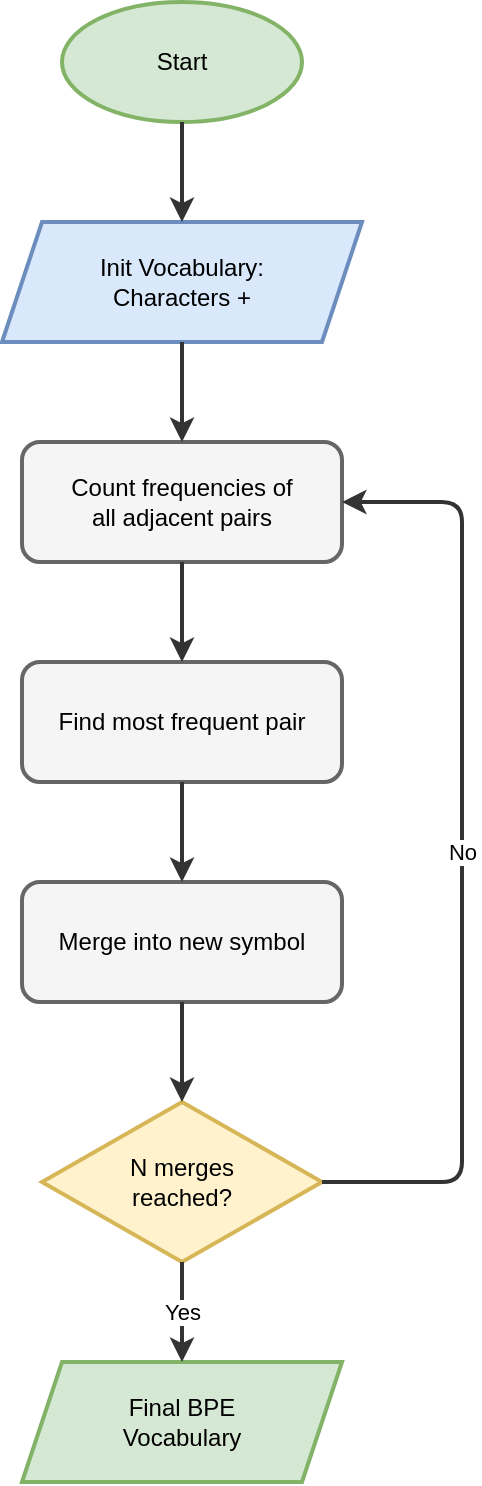
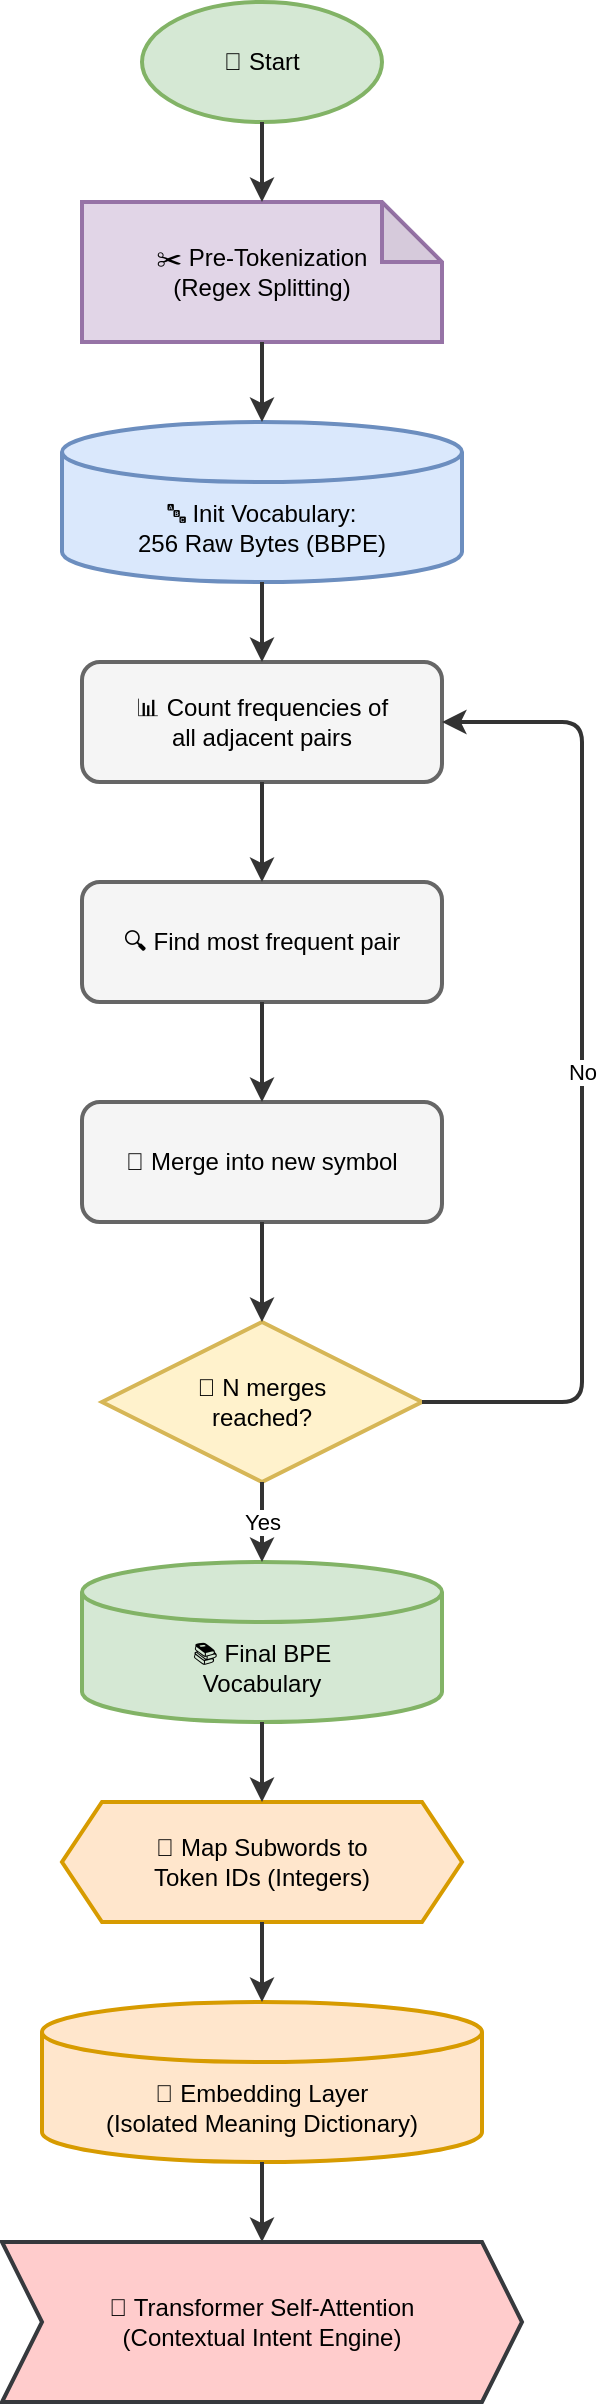
<mxfile host="65bd71144e">
    <diagram name="Page-1" id="0">
-         <mxGraphModel dx="705" dy="878" grid="0" gridSize="10" guides="1" tooltips="1" connect="1" arrows="1" fold="1" page="1" pageScale="1" pageWidth="850" pageHeight="1100" background="#ffffff" math="0" shadow="0">
+         <mxGraphModel dx="800" dy="1200" grid="0" gridSize="10" guides="1" tooltips="1" connect="1" arrows="1" fold="1" page="1" pageScale="1" pageWidth="850" pageHeight="1400" background="#ffffff" math="0" shadow="0">
            <root>
                <mxCell id="0"/>
                <mxCell id="1" parent="0"/>
-                 <mxCell id="2" value="Start" style="ellipse;whiteSpace=wrap;html=1;fillColor=#d5e8d4;strokeColor=#82b366;fontColor=#000000;strokeWidth=2;" parent="1" vertex="1">
+                 <!-- Vertices -->
+                 <mxCell id="2" value="🚀 Start" style="ellipse;whiteSpace=wrap;html=1;fillColor=#d5e8d4;strokeColor=#82b366;fontColor=#000000;strokeWidth=2;" parent="1" vertex="1">
                    <mxGeometry x="300" y="50" width="120" height="60" as="geometry"/>
                </mxCell>
-                 <mxCell id="3" value="Init Vocabulary:&#10;Characters + &lt;/w&gt;" style="shape=parallelogram;perimeter=parallelogramPerimeter;whiteSpace=wrap;html=1;fixedSize=1;fillColor=#dae8fc;strokeColor=#6c8ebf;fontColor=#000000;strokeWidth=2;" parent="1" vertex="1">
-                     <mxGeometry x="270" y="160" width="180" height="60" as="geometry"/>
+                 <mxCell id="v_pre" value="✂️ Pre-Tokenization&#10;(Regex Splitting)" style="shape=note;whiteSpace=wrap;html=1;backgroundOutline=1;darkOpacity=0.05;fillColor=#e1d5e7;strokeColor=#9673a6;fontColor=#000000;strokeWidth=2;" parent="1" vertex="1">
+                     <mxGeometry x="270" y="150" width="180" height="70" as="geometry"/>
                </mxCell>
-                 <mxCell id="4" value="Count frequencies of&#10;all adjacent pairs" style="rounded=1;whiteSpace=wrap;html=1;fillColor=#f5f5f5;strokeColor=#666666;fontColor=#000000;strokeWidth=2;" parent="1" vertex="1">
-                     <mxGeometry x="280" y="270" width="160" height="60" as="geometry"/>
+                 <mxCell id="3" value="🔤 Init Vocabulary:&#10;256 Raw Bytes (BBPE)" style="shape=cylinder3;whiteSpace=wrap;html=1;boundedLbl=1;backgroundOutline=1;size=15;fillColor=#dae8fc;strokeColor=#6c8ebf;fontColor=#000000;strokeWidth=2;" parent="1" vertex="1">
+                     <mxGeometry x="260" y="260" width="200" height="80" as="geometry"/>
                </mxCell>
-                 <mxCell id="5" value="Find most frequent pair" style="rounded=1;whiteSpace=wrap;html=1;fillColor=#f5f5f5;strokeColor=#666666;fontColor=#000000;strokeWidth=2;" parent="1" vertex="1">
-                     <mxGeometry x="280" y="380" width="160" height="60" as="geometry"/>
+                 <mxCell id="4" value="📊 Count frequencies of&#10;all adjacent pairs" style="rounded=1;whiteSpace=wrap;html=1;fillColor=#f5f5f5;strokeColor=#666666;fontColor=#000000;strokeWidth=2;" parent="1" vertex="1">
+                     <mxGeometry x="270" y="380" width="180" height="60" as="geometry"/>
                </mxCell>
-                 <mxCell id="6" value="Merge into new symbol" style="rounded=1;whiteSpace=wrap;html=1;fillColor=#f5f5f5;strokeColor=#666666;fontColor=#000000;strokeWidth=2;" parent="1" vertex="1">
-                     <mxGeometry x="280" y="490" width="160" height="60" as="geometry"/>
+                 <mxCell id="5" value="🔍 Find most frequent pair" style="rounded=1;whiteSpace=wrap;html=1;fillColor=#f5f5f5;strokeColor=#666666;fontColor=#000000;strokeWidth=2;" parent="1" vertex="1">
+                     <mxGeometry x="270" y="490" width="180" height="60" as="geometry"/>
                </mxCell>
-                 <mxCell id="7" value="N merges&#10;reached?" style="rhombus;whiteSpace=wrap;html=1;fillColor=#fff2cc;strokeColor=#d6b656;fontColor=#000000;strokeWidth=2;" parent="1" vertex="1">
-                     <mxGeometry x="290" y="600" width="140" height="80" as="geometry"/>
+                 <mxCell id="6" value="🔗 Merge into new symbol" style="rounded=1;whiteSpace=wrap;html=1;fillColor=#f5f5f5;strokeColor=#666666;fontColor=#000000;strokeWidth=2;" parent="1" vertex="1">
+                     <mxGeometry x="270" y="600" width="180" height="60" as="geometry"/>
                </mxCell>
-                 <mxCell id="8" value="Final BPE&#10;Vocabulary" style="shape=parallelogram;perimeter=parallelogramPerimeter;whiteSpace=wrap;html=1;fixedSize=1;fillColor=#d5e8d4;strokeColor=#82b366;fontColor=#000000;strokeWidth=2;" parent="1" vertex="1">
-                     <mxGeometry x="280" y="730" width="160" height="60" as="geometry"/>
+                 <mxCell id="7" value="🛑 N merges&#10;reached?" style="rhombus;whiteSpace=wrap;html=1;fillColor=#fff2cc;strokeColor=#d6b656;fontColor=#000000;strokeWidth=2;" parent="1" vertex="1">
+                     <mxGeometry x="280" y="710" width="160" height="80" as="geometry"/>
                </mxCell>
-                 <mxCell id="e1" value="" style="edgeStyle=orthogonalEdgeStyle;rounded=1;orthogonalLoop=1;jettySize=auto;html=1;exitX=0.5;exitY=1;exitDx=0;exitDy=0;entryX=0.5;entryY=0;entryDx=0;entryDy=0;strokeWidth=2;strokeColor=#333333;" parent="1" source="2" target="3" edge="1">
+                 <mxCell id="8" value="📚 Final BPE&#10;Vocabulary" style="shape=cylinder3;whiteSpace=wrap;html=1;boundedLbl=1;backgroundOutline=1;size=15;fillColor=#d5e8d4;strokeColor=#82b366;fontColor=#000000;strokeWidth=2;" parent="1" vertex="1">
+                     <mxGeometry x="270" y="830" width="180" height="80" as="geometry"/>
+                 </mxCell>
+                 <mxCell id="v_map" value="🔢 Map Subwords to&#10;Token IDs (Integers)" style="shape=hexagon;perimeter=hexagonPerimeter2;whiteSpace=wrap;html=1;fixedSize=1;fillColor=#ffe6cc;strokeColor=#d79b00;fontColor=#000000;strokeWidth=2;" parent="1" vertex="1">
+                     <mxGeometry x="260" y="950" width="200" height="60" as="geometry"/>
+                 </mxCell>
+                 <mxCell id="v_emb" value="📖 Embedding Layer&#10;(Isolated Meaning Dictionary)" style="shape=cylinder3;whiteSpace=wrap;html=1;boundedLbl=1;backgroundOutline=1;size=15;fillColor=#ffe6cc;strokeColor=#d79b00;fontColor=#000000;strokeWidth=2;" parent="1" vertex="1">
+                     <mxGeometry x="250" y="1050" width="220" height="80" as="geometry"/>
+                 </mxCell>
+                 <mxCell id="v_attn" value="🧠 Transformer Self-Attention&#10;(Contextual Intent Engine)" style="shape=step;perimeter=stepPerimeter;whiteSpace=wrap;html=1;fixedSize=1;fillColor=#ffcccc;strokeColor=#36393d;fontColor=#000000;strokeWidth=2;" parent="1" vertex="1">
+                     <mxGeometry x="230" y="1170" width="260" height="80" as="geometry"/>
+                 </mxCell>
+ 
+                 <!-- Edges -->
+                 <mxCell id="e_start_pre" value="" style="edgeStyle=orthogonalEdgeStyle;rounded=1;orthogonalLoop=1;jettySize=auto;html=1;exitX=0.5;exitY=1;exitDx=0;exitDy=0;entryX=0.5;entryY=0;entryDx=0;entryDy=0;entryPerimeter=0;strokeWidth=2;strokeColor=#333333;" parent="1" source="2" target="v_pre" edge="1">
                    <mxGeometry relative="1" as="geometry"/>
                </mxCell>
-                 <mxCell id="e2" value="" style="edgeStyle=orthogonalEdgeStyle;rounded=1;orthogonalLoop=1;jettySize=auto;html=1;exitX=0.5;exitY=1;exitDx=0;exitDy=0;entryX=0.5;entryY=0;entryDx=0;entryDy=0;strokeWidth=2;strokeColor=#333333;" parent="1" source="3" target="4" edge="1">
+                 <mxCell id="e_pre_3" value="" style="edgeStyle=orthogonalEdgeStyle;rounded=1;orthogonalLoop=1;jettySize=auto;html=1;exitX=0.5;exitY=1;exitDx=0;exitDy=0;exitPerimeter=0;entryX=0.5;entryY=0;entryDx=0;entryDy=0;entryPerimeter=0;strokeWidth=2;strokeColor=#333333;" parent="1" source="v_pre" target="3" edge="1">
+                     <mxGeometry relative="1" as="geometry"/>
+                 </mxCell>
+                 <mxCell id="e2" value="" style="edgeStyle=orthogonalEdgeStyle;rounded=1;orthogonalLoop=1;jettySize=auto;html=1;exitX=0.5;exitY=1;exitDx=0;exitDy=0;exitPerimeter=0;entryX=0.5;entryY=0;entryDx=0;entryDy=0;strokeWidth=2;strokeColor=#333333;" parent="1" source="3" target="4" edge="1">
                    <mxGeometry relative="1" as="geometry"/>
                </mxCell>
                <mxCell id="e3" value="" style="edgeStyle=orthogonalEdgeStyle;rounded=1;orthogonalLoop=1;jettySize=auto;html=1;exitX=0.5;exitY=1;exitDx=0;exitDy=0;entryX=0.5;entryY=0;entryDx=0;entryDy=0;strokeWidth=2;strokeColor=#333333;" parent="1" source="4" target="5" edge="1">
                    <mxGeometry relative="1" as="geometry"/>
                </mxCell>
                <mxCell id="e4" value="" style="edgeStyle=orthogonalEdgeStyle;rounded=1;orthogonalLoop=1;jettySize=auto;html=1;exitX=0.5;exitY=1;exitDx=0;exitDy=0;entryX=0.5;entryY=0;entryDx=0;entryDy=0;strokeWidth=2;strokeColor=#333333;" parent="1" source="5" target="6" edge="1">
                    <mxGeometry relative="1" as="geometry"/>
                </mxCell>
                <mxCell id="e5" value="" style="edgeStyle=orthogonalEdgeStyle;rounded=1;orthogonalLoop=1;jettySize=auto;html=1;exitX=0.5;exitY=1;exitDx=0;exitDy=0;entryX=0.5;entryY=0;entryDx=0;entryDy=0;strokeWidth=2;strokeColor=#333333;" parent="1" source="6" target="7" edge="1">
                    <mxGeometry relative="1" as="geometry"/>
                </mxCell>
-                 <mxCell id="e6" value="Yes" style="edgeStyle=orthogonalEdgeStyle;rounded=1;orthogonalLoop=1;jettySize=auto;html=1;exitX=0.5;exitY=1;exitDx=0;exitDy=0;entryX=0.5;entryY=0;entryDx=0;entryDy=0;strokeWidth=2;strokeColor=#333333;fontColor=#000000;labelBackgroundColor=#ffffff;" parent="1" source="7" target="8" edge="1">
+                 <mxCell id="e6" value="Yes" style="edgeStyle=orthogonalEdgeStyle;rounded=1;orthogonalLoop=1;jettySize=auto;html=1;exitX=0.5;exitY=1;exitDx=0;exitDy=0;entryX=0.5;entryY=0;entryDx=0;entryDy=0;entryPerimeter=0;strokeWidth=2;strokeColor=#333333;fontColor=#000000;labelBackgroundColor=#ffffff;" parent="1" source="7" target="8" edge="1">
                    <mxGeometry relative="1" as="geometry"/>
                </mxCell>
                <mxCell id="e7" value="No" style="edgeStyle=orthogonalEdgeStyle;rounded=1;orthogonalLoop=1;jettySize=auto;html=1;exitX=1;exitY=0.5;exitDx=0;exitDy=0;entryX=1;entryY=0.5;entryDx=0;entryDy=0;strokeWidth=2;strokeColor=#333333;fontColor=#000000;labelBackgroundColor=#ffffff;" parent="1" source="7" target="4" edge="1">
                    <mxGeometry relative="1" as="geometry">
                        <Array as="points">
-                             <mxPoint x="500" y="640"/>
-                             <mxPoint x="500" y="300"/>
+                             <mxPoint x="520" y="750"/>
+                             <mxPoint x="520" y="410"/>
                        </Array>
                    </mxGeometry>
+                 </mxCell>
+                 <mxCell id="e_8_map" value="" style="edgeStyle=orthogonalEdgeStyle;rounded=1;orthogonalLoop=1;jettySize=auto;html=1;exitX=0.5;exitY=1;exitDx=0;exitDy=0;exitPerimeter=0;entryX=0.5;entryY=0;entryDx=0;entryDy=0;strokeWidth=2;strokeColor=#333333;" parent="1" source="8" target="v_map" edge="1">
+                     <mxGeometry relative="1" as="geometry"/>
+                 </mxCell>
+                 <mxCell id="e_map_emb" value="" style="edgeStyle=orthogonalEdgeStyle;rounded=1;orthogonalLoop=1;jettySize=auto;html=1;exitX=0.5;exitY=1;exitDx=0;exitDy=0;entryX=0.5;entryY=0;entryDx=0;entryDy=0;entryPerimeter=0;strokeWidth=2;strokeColor=#333333;" parent="1" source="v_map" target="v_emb" edge="1">
+                     <mxGeometry relative="1" as="geometry"/>
+                 </mxCell>
+                 <mxCell id="e_emb_attn" value="" style="edgeStyle=orthogonalEdgeStyle;rounded=1;orthogonalLoop=1;jettySize=auto;html=1;exitX=0.5;exitY=1;exitDx=0;exitDy=0;exitPerimeter=0;strokeWidth=2;strokeColor=#333333;" parent="1" source="v_emb" target="v_attn" edge="1">
+                     <mxGeometry relative="1" as="geometry"/>
                </mxCell>
            </root>
        </mxGraphModel>
    </diagram>
</mxfile>